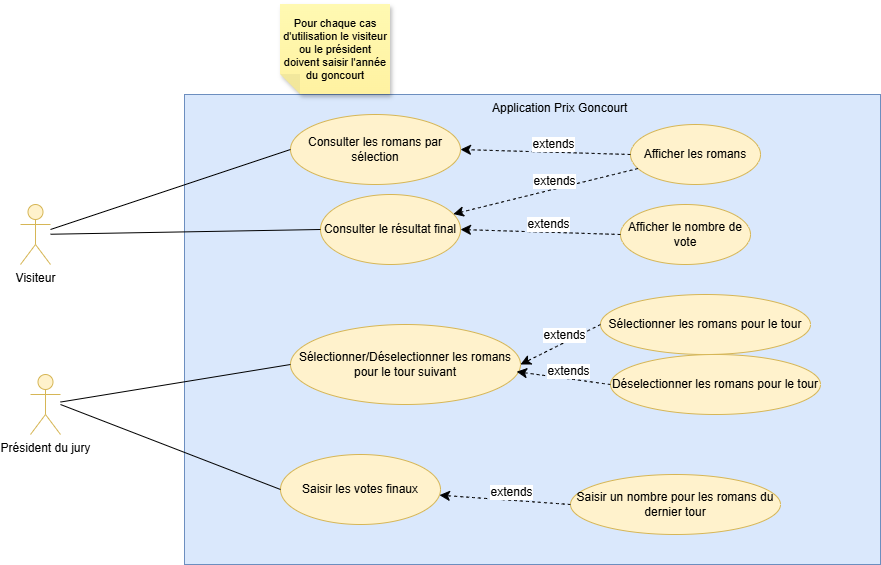
Above: docs/use_case/use_case.drawio.png in SamuelFMS/11_Evaluation_Metier_Python (draw.io), before the change. Source tidied: cells renumbered, new cells last; positions are measured from the earlier drawing's top-left corner, leaving out a move shared by most shapes.
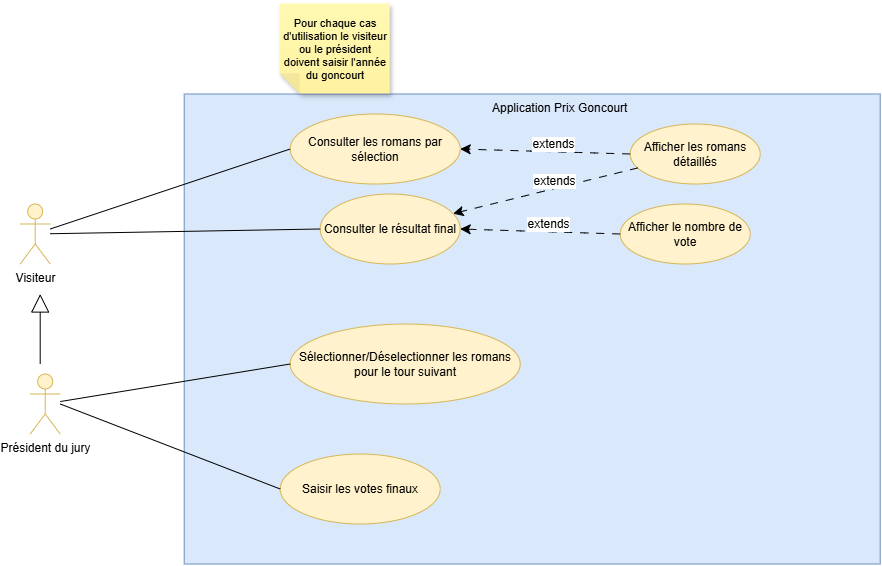
After the commit.

Commit message:
docs: edit use case diagram remove use case that were not and added books detail

The edit, as a diff of the source:
```diff
@@ -1,110 +1,83 @@
 <mxGraphModel>
   <root>
-    <mxCell id="0" />
-    <mxCell id="1" parent="0" />
-    <mxCell id="2" style="rounded=0;whiteSpace=wrap;html=1;fillColor=#dae8fc;strokeColor=#6c8ebf;" parent="1" vertex="1">
-      <mxGeometry x="164" y="90" width="696" height="470" as="geometry" />
-    </mxCell>
+    <mxCell id="32" />
+    <mxCell id="33" parent="32" />
+    <mxCell id="34" style="rounded=0;whiteSpace=wrap;html=1;fillColor=#dae8fc;strokeColor=#6c8ebf;" parent="33" vertex="1">
+      <mxGeometry x="164" y="90" width="696" height="470" as="geometry" />
+    </mxCell>
-    <mxCell id="3" value="Visiteur" style="shape=umlActor;verticalLabelPosition=bottom;verticalAlign=top;html=1;fillColor=#fff2cc;strokeColor=#d6b656;" parent="1" vertex="1">
+    <mxCell id="3" value="Visiteur" style="shape=umlActor;verticalLabelPosition=bottom;verticalAlign=top;html=1;fillColor=#fff2cc;strokeColor=#d6b656;" parent="33" vertex="1">
       <mxGeometry y="200" width="30" height="60" as="geometry" />
     </mxCell>
-    <mxCell id="4" value="Président du jury" style="shape=umlActor;verticalLabelPosition=bottom;verticalAlign=top;html=1;fillColor=#fff2cc;strokeColor=#d6b656;" parent="1" vertex="1">
+    <mxCell id="4" value="Président du jury" style="shape=umlActor;verticalLabelPosition=bottom;verticalAlign=top;html=1;fillColor=#fff2cc;strokeColor=#d6b656;" parent="33" vertex="1">
       <mxGeometry x="10" y="370" width="30" height="60" as="geometry" />
     </mxCell>
-    <mxCell id="5" value="Consulter les romans par sélection" style="ellipse;whiteSpace=wrap;html=1;fillColor=#fff2cc;strokeColor=#d6b656;" parent="1" vertex="1">
+    <mxCell id="5" value="Consulter les romans par sélection" style="ellipse;whiteSpace=wrap;html=1;fillColor=#fff2cc;strokeColor=#d6b656;" parent="33" vertex="1">
       <mxGeometry x="270" y="110" width="170" height="70" as="geometry" />
     </mxCell>
-    <mxCell id="6" value="Sélectionner/Déselectionner les romans pour le tour suivant" style="ellipse;whiteSpace=wrap;html=1;fillColor=#fff2cc;strokeColor=#d6b656;" parent="1" vertex="1">
+    <mxCell id="6" value="Sélectionner/Déselectionner les romans pour le tour suivant" style="ellipse;whiteSpace=wrap;html=1;fillColor=#fff2cc;strokeColor=#d6b656;" parent="33" vertex="1">
       <mxGeometry x="270" y="320" width="230" height="80" as="geometry" />
     </mxCell>
-    <mxCell id="7" value="Saisir les votes finaux" style="ellipse;whiteSpace=wrap;html=1;fillColor=#fff2cc;strokeColor=#d6b656;" parent="1" vertex="1">
+    <mxCell id="7" value="Saisir les votes finaux" style="ellipse;whiteSpace=wrap;html=1;fillColor=#fff2cc;strokeColor=#d6b656;" parent="33" vertex="1">
       <mxGeometry x="260" y="450" width="160" height="70" as="geometry" />
     </mxCell>
-    <mxCell id="8" style="endArrow=none;html=1;rounded=0;entryX=0;entryY=0.5;entryDx=0;entryDy=0;" parent="1" edge="1" source="3" target="5">
+    <mxCell id="8" style="endArrow=none;html=1;rounded=0;entryX=0;entryY=0.5;entryDx=0;entryDy=0;" parent="33" edge="1" source="3" target="5">
       <mxGeometry relative="1" as="geometry" />
     </mxCell>
-    <mxCell id="9" style="endArrow=none;html=1;rounded=0;entryX=0;entryY=0.5;entryDx=0;entryDy=0;" parent="1" edge="1" source="4" target="6">
+    <mxCell id="9" style="endArrow=none;html=1;rounded=0;entryX=0;entryY=0.5;entryDx=0;entryDy=0;" parent="33" edge="1" source="4" target="6">
       <mxGeometry relative="1" as="geometry" />
     </mxCell>
-    <mxCell id="10" style="endArrow=none;html=1;rounded=0;entryX=0;entryY=0.5;entryDx=0;entryDy=0;" parent="1" edge="1" target="7">
-      <mxGeometry relative="1" as="geometry">
-        <mxPoint x="40" y="400" as="sourcePoint" />
-      </mxGeometry>
-    </mxCell>
+    <mxCell id="35" style="endArrow=none;html=1;rounded=0;entryX=0;entryY=0.5;entryDx=0;entryDy=0;" parent="33" edge="1" target="7">
+      <mxGeometry relative="1" as="geometry">
+        <mxPoint x="40" y="400" as="sourcePoint" />
+      </mxGeometry>
+    </mxCell>
-    <mxCell id="11" value="Consulter le résultat final" style="ellipse;whiteSpace=wrap;html=1;fillColor=#fff2cc;strokeColor=#d6b656;" parent="1" vertex="1">
+    <mxCell id="11" value="Consulter le résultat final" style="ellipse;whiteSpace=wrap;html=1;fillColor=#fff2cc;strokeColor=#d6b656;" parent="33" vertex="1">
       <mxGeometry x="300" y="190" width="140" height="70" as="geometry" />
     </mxCell>
-    <mxCell id="12" style="endArrow=none;html=1;rounded=0;entryX=0;entryY=0.5;entryDx=0;entryDy=0;" parent="1" edge="1" source="3" target="11">
+    <mxCell id="12" style="endArrow=none;html=1;rounded=0;entryX=0;entryY=0.5;entryDx=0;entryDy=0;" parent="33" edge="1" source="3" target="11">
       <mxGeometry relative="1" as="geometry" />
     </mxCell>
-    <mxCell id="13" value="Application Prix Goncourt" style="text;whiteSpace=wrap;html=1;" parent="1" vertex="1">
+    <mxCell id="13" value="Application Prix Goncourt" style="text;whiteSpace=wrap;html=1;" parent="33" vertex="1">
       <mxGeometry x="470" y="90" width="150" height="40" as="geometry" />
     </mxCell>
-    <mxCell id="14" value="Afficher les romans" style="ellipse;whiteSpace=wrap;html=1;fillColor=#fff2cc;strokeColor=#d6b656;" parent="1" vertex="1">
-      <mxGeometry x="610" y="120" width="130" height="60" as="geometry" />
-    </mxCell>
-    <mxCell id="15" style="endArrow=classic;html=1;rounded=0;fontSize=12;startSize=8;endSize=8;curved=1;exitX=0;exitY=0.5;exitDx=0;exitDy=0;entryX=1;entryY=0.5;entryDx=0;entryDy=0;dashed=1;" parent="1" edge="1" source="14" target="5">
-      <mxGeometry relative="1" as="geometry" />
-    </mxCell>
-    <mxCell id="16" value="extends" style="edgeLabel;html=1;align=center;verticalAlign=middle;fontSize=12;" parent="15" vertex="1">
-      <mxGeometry x="-0.09" y="1" relative="1" as="geometry">
-        <mxPoint y="-9" as="offset" />
-      </mxGeometry>
-    </mxCell>
-    <mxCell id="17" style="endArrow=classic;html=1;rounded=0;fontSize=12;startSize=8;endSize=8;curved=1;dashed=1;" parent="1" edge="1" source="14" target="11">
-      <mxGeometry relative="1" as="geometry" />
-    </mxCell>
-    <mxCell id="18" value="extends" style="edgeLabel;html=1;align=center;verticalAlign=middle;fontSize=12;" parent="17" vertex="1">
-      <mxGeometry x="-0.09" y="1" relative="1" as="geometry">
-        <mxPoint y="-9" as="offset" />
-      </mxGeometry>
-    </mxCell>
+    <mxCell id="36" value="Afficher les romans détaillés" style="ellipse;whiteSpace=wrap;html=1;fillColor=#fff2cc;strokeColor=#d6b656;" parent="33" vertex="1">
+      <mxGeometry x="610" y="120" width="130" height="60" as="geometry" />
+    </mxCell>
+    <mxCell id="37" style="endArrow=classic;html=1;rounded=0;fontSize=12;startSize=8;endSize=8;curved=1;exitX=0;exitY=0.5;exitDx=0;exitDy=0;entryX=1;entryY=0.5;entryDx=0;entryDy=0;dashed=1;dashPattern=8 8;" parent="33" edge="1" source="36" target="5">
+      <mxGeometry relative="1" as="geometry" />
+    </mxCell>
+    <mxCell id="38" value="extends" style="edgeLabel;html=1;align=center;verticalAlign=middle;fontSize=12;" parent="37" vertex="1">
+      <mxGeometry x="-0.09" y="1" relative="1" as="geometry">
+        <mxPoint y="-9" as="offset" />
+      </mxGeometry>
+    </mxCell>
+    <mxCell id="39" style="endArrow=classic;html=1;rounded=0;fontSize=12;startSize=8;endSize=8;curved=1;dashed=1;dashPattern=8 8;" parent="33" edge="1" source="36" target="11">
+      <mxGeometry relative="1" as="geometry" />
+    </mxCell>
+    <mxCell id="40" value="extends" style="edgeLabel;html=1;align=center;verticalAlign=middle;fontSize=12;" parent="39" vertex="1">
+      <mxGeometry x="-0.09" y="1" relative="1" as="geometry">
+        <mxPoint y="-9" as="offset" />
+      </mxGeometry>
+    </mxCell>
-    <mxCell id="19" value="Afficher le nombre de vote" style="ellipse;whiteSpace=wrap;html=1;fillColor=#fff2cc;strokeColor=#d6b656;" parent="1" vertex="1">
+    <mxCell id="19" value="Afficher le nombre de vote" style="ellipse;whiteSpace=wrap;html=1;fillColor=#fff2cc;strokeColor=#d6b656;" parent="33" vertex="1">
       <mxGeometry x="600" y="200" width="130" height="60" as="geometry" />
     </mxCell>
-    <mxCell id="20" style="endArrow=classic;html=1;rounded=0;fontSize=12;startSize=8;endSize=8;curved=1;dashed=1;entryX=1;entryY=0.5;entryDx=0;entryDy=0;exitX=0;exitY=0.5;exitDx=0;exitDy=0;" parent="1" edge="1" source="19" target="11">
+    <mxCell id="20" style="endArrow=classic;html=1;rounded=0;fontSize=12;startSize=8;endSize=8;curved=1;dashed=1;entryX=1;entryY=0.5;entryDx=0;entryDy=0;exitX=0;exitY=0.5;exitDx=0;exitDy=0;dashPattern=8 8;" parent="33" edge="1" source="19" target="11">
       <mxGeometry relative="1" as="geometry" />
     </mxCell>
-    <mxCell id="21" value="extends" style="edgeLabel;html=1;align=center;verticalAlign=middle;fontSize=12;" parent="20" vertex="1">
-      <mxGeometry x="-0.09" y="1" relative="1" as="geometry">
-        <mxPoint y="-9" as="offset" />
-      </mxGeometry>
-    </mxCell>
-    <mxCell id="22" value="Sélectionner les romans pour le tour" style="ellipse;whiteSpace=wrap;html=1;fillColor=#fff2cc;strokeColor=#d6b656;" parent="1" vertex="1">
-      <mxGeometry x="580" y="290" width="210" height="60" as="geometry" />
-    </mxCell>
-    <mxCell id="23" value="Déselectionner les romans pour le tour" style="ellipse;whiteSpace=wrap;html=1;fillColor=#fff2cc;strokeColor=#d6b656;" parent="1" vertex="1">
-      <mxGeometry x="590" y="350" width="210" height="60" as="geometry" />
-    </mxCell>
-    <mxCell id="24" style="endArrow=classic;html=1;rounded=0;fontSize=12;startSize=8;endSize=8;curved=1;dashed=1;entryX=0.983;entryY=0.59;entryDx=0;entryDy=0;exitX=0;exitY=0.5;exitDx=0;exitDy=0;entryPerimeter=0;" parent="1" edge="1" source="23" target="6">
-      <mxGeometry relative="1" as="geometry" />
-    </mxCell>
-    <mxCell id="25" value="extends" style="edgeLabel;html=1;align=center;verticalAlign=middle;fontSize=12;" parent="24" vertex="1">
-      <mxGeometry x="-0.09" y="1" relative="1" as="geometry">
-        <mxPoint y="-9" as="offset" />
-      </mxGeometry>
-    </mxCell>
-    <mxCell id="26" style="endArrow=classic;html=1;rounded=0;fontSize=12;startSize=8;endSize=8;curved=1;dashed=1;entryX=1;entryY=0.5;entryDx=0;entryDy=0;exitX=0;exitY=0.5;exitDx=0;exitDy=0;" parent="1" edge="1" source="22" target="6">
-      <mxGeometry relative="1" as="geometry" />
-    </mxCell>
-    <mxCell id="27" value="extends" style="edgeLabel;html=1;align=center;verticalAlign=middle;fontSize=12;" parent="26" vertex="1">
-      <mxGeometry x="-0.09" y="1" relative="1" as="geometry">
-        <mxPoint y="-9" as="offset" />
-      </mxGeometry>
-    </mxCell>
-    <mxCell id="28" value="Saisir un nombre pour les romans du dernier tour" style="ellipse;whiteSpace=wrap;html=1;fillColor=#fff2cc;strokeColor=#d6b656;" parent="1" vertex="1">
-      <mxGeometry x="550" y="470" width="210" height="60" as="geometry" />
-    </mxCell>
-    <mxCell id="29" style="endArrow=classic;html=1;rounded=0;fontSize=12;startSize=8;endSize=8;curved=1;dashed=1;exitX=0;exitY=0.5;exitDx=0;exitDy=0;" parent="1" edge="1" source="28" target="7">
-      <mxGeometry relative="1" as="geometry" />
-    </mxCell>
-    <mxCell id="30" value="extends" style="edgeLabel;html=1;align=center;verticalAlign=middle;fontSize=12;" parent="29" vertex="1">
-      <mxGeometry x="-0.09" y="1" relative="1" as="geometry">
-        <mxPoint y="-9" as="offset" />
-      </mxGeometry>
-    </mxCell>
+    <mxCell id="41" value="extends" style="edgeLabel;html=1;align=center;verticalAlign=middle;fontSize=12;" parent="20" vertex="1">
+      <mxGeometry x="-0.09" y="1" relative="1" as="geometry">
+        <mxPoint y="-9" as="offset" />
+      </mxGeometry>
+    </mxCell>
-    <mxCell id="31" value="Pour chaque cas d'utilisation le visiteur ou le président doivent saisir l'année du goncourt" style="shape=note;whiteSpace=wrap;html=1;backgroundOutline=1;autosizeText=1;fontColor=#000000;darkOpacity=0.05;fillColor=#FFF9B2;strokeColor=none;fillStyle=solid;fontSize=11;direction=west;gradientDirection=north;gradientColor=#FFF2A1;shadow=1;size=20;" parent="1" vertex="1">
+    <mxCell id="31" value="Pour chaque cas d'utilisation le visiteur ou le président doivent saisir l'année du goncourt" style="shape=note;whiteSpace=wrap;html=1;backgroundOutline=1;autosizeText=1;fontColor=#000000;darkOpacity=0.05;fillColor=#FFF9B2;strokeColor=none;fillStyle=solid;fontSize=11;direction=west;gradientDirection=north;gradientColor=#FFF2A1;shadow=1;size=20;" parent="33" vertex="1">
       <mxGeometry x="260" width="110" height="90" as="geometry" />
     </mxCell>
+    <mxCell id="42" style="endArrow=block;endSize=16;endFill=0;html=1;rounded=0;fontSize=12;curved=1;" parent="33" edge="1">
+      <mxGeometry relative="1" as="geometry">
+        <mxPoint x="20" y="360" as="sourcePoint" />
+        <mxPoint x="20" y="290" as="targetPoint" />
+      </mxGeometry>
+    </mxCell>
   </root>
 </mxGraphModel>
```
